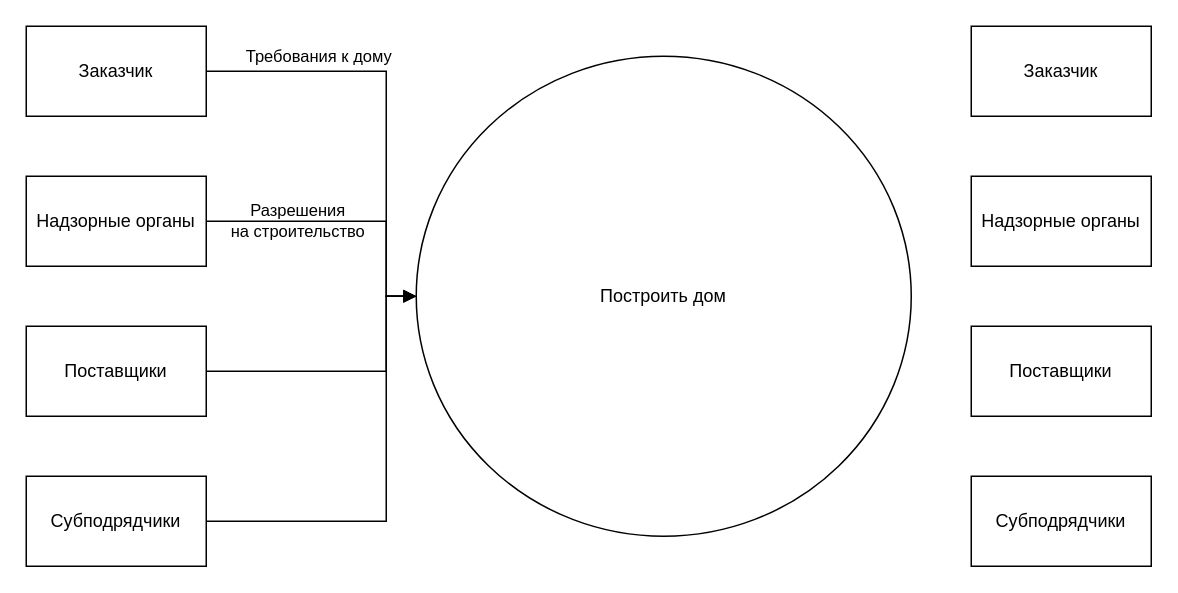
Above: mbp22.drawio in v-tempe/draw.io (draw.io), before the change. Source tidied: cells renumbered, new cells numbered last; positions are measured from the earlier drawing's top-left corner, leaving out a move shared by most shapes. Both pictures are drawn from the tidied source at 150%, with x=0, y=0 at pixel (26, 26).
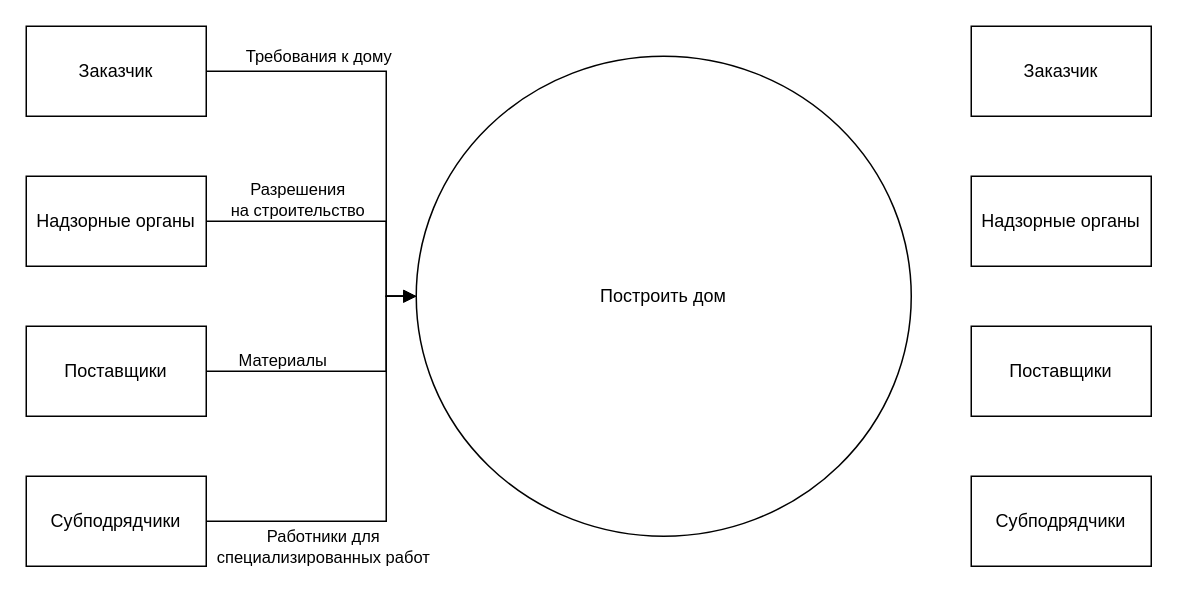
The same page after the edit.

The change refers to these unchanged cells:
```xml
<mxCell id="6" style="edgeStyle=orthogonalEdgeStyle;rounded=0;jettySize=auto;html=1;exitX=1;exitY=0.5;exitDx=0;exitDy=0;entryX=0;entryY=0.5;entryDx=0;entryDy=0;endArrow=blockThin;endFill=1;" parent="1" edge="1" source="8" target="2">
  <mxGeometry relative="1" as="geometry">
    <Array as="points">
      <mxPoint x="240" y="130" />
      <mxPoint x="240" y="180" />
    </Array>
  </mxGeometry>
</mxCell>
<mxCell id="9" style="edgeStyle=orthogonalEdgeStyle;rounded=0;jettySize=auto;html=1;exitX=1;exitY=0.5;exitDx=0;exitDy=0;entryX=0;entryY=0.5;entryDx=0;entryDy=0;endArrow=block;endFill=1;" parent="1" edge="1" source="10" target="2">
  <mxGeometry relative="1" as="geometry">
    <Array as="points">
      <mxPoint x="240" y="230" />
      <mxPoint x="240" y="180" />
    </Array>
  </mxGeometry>
</mxCell>
<mxCell id="11" style="edgeStyle=orthogonalEdgeStyle;rounded=0;jettySize=auto;html=1;exitX=1;exitY=0.5;exitDx=0;exitDy=0;entryX=0;entryY=0.5;entryDx=0;entryDy=0;endArrow=block;endFill=1;" parent="1" edge="1" source="12" target="2">
  <mxGeometry relative="1" as="geometry">
    <Array as="points">
      <mxPoint x="240" y="330" />
      <mxPoint x="240" y="180" />
    </Array>
  </mxGeometry>
</mxCell>
```

The edit, as a diff of the source:
```diff
@@
     <mxCell id="7" value="Разрешения&lt;div&gt;на строительство&lt;/div&gt;" style="edgeLabel;html=1;align=center;verticalAlign=middle;labelBackgroundColor=none;" parent="6" vertex="1">
       <mxGeometry x="-0.71" relative="1" as="geometry">
-        <mxPoint x="32" y="-1" as="offset" />
+        <mxPoint x="32" y="-15" as="offset" />
       </mxGeometry>
     </mxCell>
@@
+    <mxCell id="17" value="Материалы" style="edgeLabel;html=1;align=center;verticalAlign=middle;labelBackgroundColor=none;" parent="9" vertex="1">
+      <mxGeometry x="-0.47" y="-1" relative="1" as="geometry">
+        <mxPoint y="-9" as="offset" />
+      </mxGeometry>
+    </mxCell>
@@
+    <mxCell id="18" value="Работники для&lt;div&gt;специализированных работ&lt;/div&gt;" style="edgeLabel;html=1;align=center;verticalAlign=middle;labelBackgroundColor=none;" parent="11" vertex="1">
+      <mxGeometry x="-0.61" y="-1" relative="1" as="geometry">
+        <mxPoint x="20" y="15" as="offset" />
+      </mxGeometry>
+    </mxCell>
```
